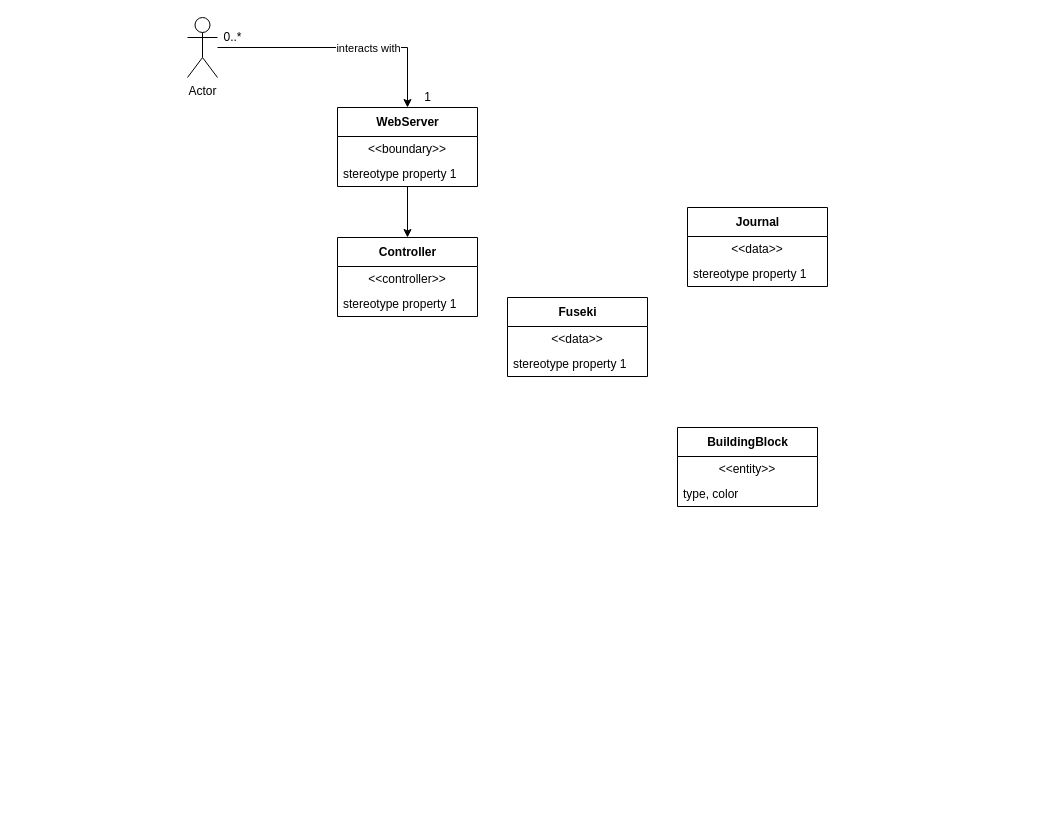
Hallvaeb/automation-p2-construction-knowledge-base keeps this draw.io diagram as page "Design Class Diagram" (7 of 8) of Diagrams/Diagrams.drawio. Above is the earlier version. Source tidied: cells renumbered, new cells numbered last; positions are measured from the earlier drawing's top-left corner, leaving out a move shared by most shapes. Both pictures are drawn from the tidied source at 100%, with x=0, y=0 at pixel (187, 17).
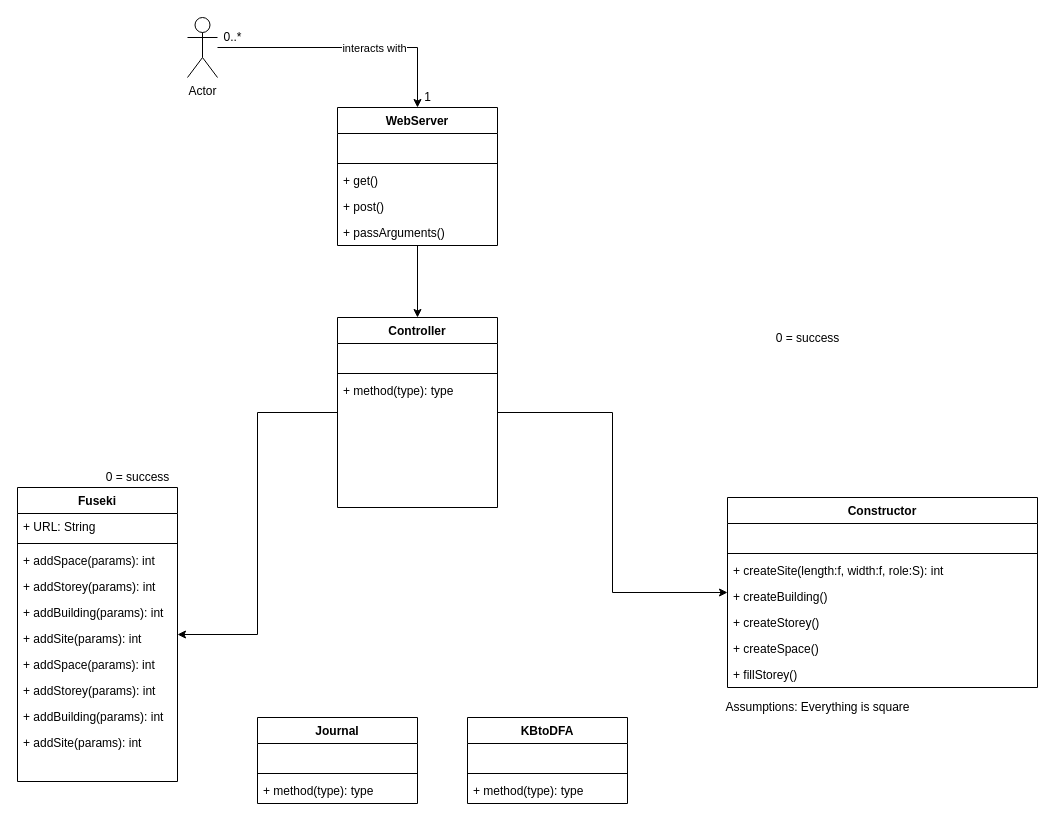
After the change.

The change refers to these unchanged cells:
```xml
<mxCell id="20" value="Actor" style="shape=umlActor;verticalLabelPosition=bottom;verticalAlign=top;html=1;" parent="1" vertex="1">
  <mxGeometry width="30" height="60" as="geometry" />
</mxCell>
```

The edit, as a diff of the source:
```diff
@@
-    <mxCell id="2" value="Fuseki" style="swimlane;fontStyle=1;align=center;verticalAlign=middle;horizontal=1;startSize=29;html=1;labelBackgroundColor=none;" parent="1" vertex="1">
-      <mxGeometry x="320" y="280" width="140" height="79" as="geometry" />
-    </mxCell>
-    <mxCell id="3" value="&amp;lt;&amp;lt;data&amp;gt;&amp;gt;" style="text;html=1;strokeColor=none;fillColor=none;align=center;verticalAlign=middle;spacingLeft=4;spacingRight=4;overflow=hidden;labelBackgroundColor=none;" parent="2" vertex="1">
-      <mxGeometry y="29" width="140" height="25" as="geometry" />
-    </mxCell>
-    <mxCell id="4" value="stereotype property 1" style="text;html=1;strokeColor=none;fillColor=none;align=left;verticalAlign=middle;spacingLeft=4;spacingRight=4;overflow=hidden;labelBackgroundColor=none;" parent="2" vertex="1">
-      <mxGeometry y="54" width="140" height="25" as="geometry" />
-    </mxCell>
-    <mxCell id="5" style="edgeStyle=orthogonalEdgeStyle;rounded=0;jettySize=auto;html=1;entryX=0.5;entryY=0;entryDx=0;entryDy=0;" parent="1" edge="1" source="6" target="15">
+    <mxCell id="5" style="edgeStyle=orthogonalEdgeStyle;rounded=0;jettySize=auto;html=1;" parent="1" edge="1" source="6" target="15">
       <mxGeometry relative="1" as="geometry" />
     </mxCell>
-    <mxCell id="6" value="WebServer" style="swimlane;fontStyle=1;align=center;verticalAlign=middle;horizontal=1;startSize=29;html=1;labelBackgroundColor=none;" parent="1" vertex="1">
-      <mxGeometry x="150" y="90" width="140" height="79" as="geometry" />
-    </mxCell>
-    <mxCell id="7" value="&amp;lt;&amp;lt;boundary&amp;gt;&amp;gt;" style="text;html=1;strokeColor=none;fillColor=none;align=center;verticalAlign=middle;spacingLeft=4;spacingRight=4;overflow=hidden;labelBackgroundColor=none;" parent="6" vertex="1">
-      <mxGeometry y="29" width="140" height="25" as="geometry" />
-    </mxCell>
-    <mxCell id="8" value="stereotype property 1" style="text;html=1;strokeColor=none;fillColor=none;align=left;verticalAlign=middle;spacingLeft=4;spacingRight=4;overflow=hidden;labelBackgroundColor=none;" parent="6" vertex="1">
-      <mxGeometry y="54" width="140" height="25" as="geometry" />
-    </mxCell>
-    <mxCell id="9" value="Journal" style="swimlane;fontStyle=1;align=center;verticalAlign=middle;horizontal=1;startSize=29;html=1;labelBackgroundColor=none;" parent="1" vertex="1">
-      <mxGeometry x="500" y="190" width="140" height="79" as="geometry" />
-    </mxCell>
-    <mxCell id="10" value="&amp;lt;&amp;lt;data&amp;gt;&amp;gt;" style="text;html=1;strokeColor=none;fillColor=none;align=center;verticalAlign=middle;spacingLeft=4;spacingRight=4;overflow=hidden;labelBackgroundColor=none;" parent="9" vertex="1">
-      <mxGeometry y="29" width="140" height="25" as="geometry" />
-    </mxCell>
-    <mxCell id="11" value="stereotype property 1" style="text;html=1;strokeColor=none;fillColor=none;align=left;verticalAlign=middle;spacingLeft=4;spacingRight=4;overflow=hidden;labelBackgroundColor=none;" parent="9" vertex="1">
-      <mxGeometry y="54" width="140" height="25" as="geometry" />
-    </mxCell>
-    <mxCell id="12" value="BuildingBlock" style="swimlane;fontStyle=1;align=center;verticalAlign=middle;horizontal=1;startSize=29;html=1;labelBackgroundColor=none;" parent="1" vertex="1">
-      <mxGeometry x="490" y="410" width="140" height="79" as="geometry" />
-    </mxCell>
-    <mxCell id="13" value="&amp;lt;&amp;lt;entity&amp;gt;&amp;gt;" style="text;html=1;strokeColor=none;fillColor=none;align=center;verticalAlign=middle;spacingLeft=4;spacingRight=4;overflow=hidden;labelBackgroundColor=none;" parent="12" vertex="1">
-      <mxGeometry y="29" width="140" height="25" as="geometry" />
-    </mxCell>
-    <mxCell id="14" value="type, color" style="text;html=1;strokeColor=none;fillColor=none;align=left;verticalAlign=middle;spacingLeft=4;spacingRight=4;overflow=hidden;labelBackgroundColor=none;" parent="12" vertex="1">
-      <mxGeometry y="54" width="140" height="25" as="geometry" />
-    </mxCell>
-    <mxCell id="15" value="Controller" style="swimlane;fontStyle=1;align=center;verticalAlign=middle;horizontal=1;startSize=29;html=1;labelBackgroundColor=none;" parent="1" vertex="1">
-      <mxGeometry x="150" y="220" width="140" height="79" as="geometry" />
-    </mxCell>
-    <mxCell id="16" value="&amp;lt;&amp;lt;controller&amp;gt;&amp;gt;" style="text;html=1;strokeColor=none;fillColor=none;align=center;verticalAlign=middle;spacingLeft=4;spacingRight=4;overflow=hidden;labelBackgroundColor=none;" parent="15" vertex="1">
-      <mxGeometry y="29" width="140" height="25" as="geometry" />
-    </mxCell>
-    <mxCell id="17" value="stereotype property 1" style="text;html=1;strokeColor=none;fillColor=none;align=left;verticalAlign=middle;spacingLeft=4;spacingRight=4;overflow=hidden;labelBackgroundColor=none;" parent="15" vertex="1">
-      <mxGeometry y="54" width="140" height="25" as="geometry" />
-    </mxCell>
+    <mxCell id="23" style="edgeStyle=orthogonalEdgeStyle;rounded=0;jettySize=auto;html=1;" parent="1" edge="1" source="15" target="25">
+      <mxGeometry relative="1" as="geometry" />
+    </mxCell>
-    <mxCell id="18" style="edgeStyle=orthogonalEdgeStyle;rounded=0;jettySize=auto;html=1;entryX=0.5;entryY=0;entryDx=0;entryDy=0;" parent="1" edge="1" source="20" target="6">
+    <mxCell id="18" style="edgeStyle=orthogonalEdgeStyle;rounded=0;jettySize=auto;html=1;" parent="1" edge="1" source="20" target="6">
       <mxGeometry relative="1" as="geometry" />
     </mxCell>
@@
+    <mxCell id="24" style="edgeStyle=orthogonalEdgeStyle;rounded=0;jettySize=auto;html=1;" parent="1" edge="1" source="15" target="2">
+      <mxGeometry relative="1" as="geometry" />
+    </mxCell>
+    <mxCell id="25" value="Constructor" style="swimlane;fontStyle=1;align=center;verticalAlign=top;horizontal=1;startSize=26;strokeColor=default;fillColor=default;" parent="1" vertex="1">
+      <mxGeometry x="540" y="480" width="310" height="190" as="geometry" />
+    </mxCell>
+    <mxCell id="26" value=" " style="text;strokeColor=none;fillColor=none;align=left;verticalAlign=top;spacingLeft=4;spacingRight=4;overflow=hidden;" parent="25" vertex="1">
+      <mxGeometry y="26" width="310" height="26" as="geometry" />
+    </mxCell>
+    <mxCell id="27" style="line;strokeWidth=1;fillColor=none;align=left;verticalAlign=middle;spacingTop=-1;spacingLeft=3;spacingRight=3;labelPosition=right;" parent="25" vertex="1">
+      <mxGeometry y="52" width="310" height="8" as="geometry" />
+    </mxCell>
+    <mxCell id="28" value="+ createSite(length:f, width:f, role:S): int" style="text;strokeColor=none;fillColor=none;align=left;verticalAlign=top;spacingLeft=4;spacingRight=4;overflow=hidden;" parent="25" vertex="1">
+      <mxGeometry y="60" width="310" height="26" as="geometry" />
+    </mxCell>
+    <mxCell id="29" value="+ createBuilding()" style="text;strokeColor=none;fillColor=none;align=left;verticalAlign=top;spacingLeft=4;spacingRight=4;overflow=hidden;" parent="25" vertex="1">
+      <mxGeometry y="86" width="310" height="26" as="geometry" />
+    </mxCell>
+    <mxCell id="30" value="+ createStorey()" style="text;strokeColor=none;fillColor=none;align=left;verticalAlign=top;spacingLeft=4;spacingRight=4;overflow=hidden;" parent="25" vertex="1">
+      <mxGeometry y="112" width="310" height="26" as="geometry" />
+    </mxCell>
+    <mxCell id="31" value="+ createSpace()" style="text;strokeColor=none;fillColor=none;align=left;verticalAlign=top;spacingLeft=4;spacingRight=4;overflow=hidden;" parent="25" vertex="1">
+      <mxGeometry y="138" width="310" height="26" as="geometry" />
+    </mxCell>
+    <mxCell id="32" value="+ fillStorey()" style="text;strokeColor=none;fillColor=none;align=left;verticalAlign=top;spacingLeft=4;spacingRight=4;overflow=hidden;" parent="25" vertex="1">
+      <mxGeometry y="164" width="310" height="26" as="geometry" />
+    </mxCell>
+    <mxCell id="2" value="Fuseki" style="swimlane;fontStyle=1;align=center;verticalAlign=top;horizontal=1;startSize=26;strokeColor=default;fillColor=default;" parent="1" vertex="1">
+      <mxGeometry x="-170" y="470" width="160" height="294" as="geometry" />
+    </mxCell>
+    <mxCell id="33" value="+ URL: String" style="text;strokeColor=none;fillColor=none;align=left;verticalAlign=top;spacingLeft=4;spacingRight=4;overflow=hidden;" parent="2" vertex="1">
+      <mxGeometry y="26" width="160" height="26" as="geometry" />
+    </mxCell>
+    <mxCell id="34" style="line;strokeWidth=1;fillColor=none;align=left;verticalAlign=middle;spacingTop=-1;spacingLeft=3;spacingRight=3;labelPosition=right;" parent="2" vertex="1">
+      <mxGeometry y="52" width="160" height="8" as="geometry" />
+    </mxCell>
+    <mxCell id="35" value="+ addSpace(params): int" style="text;strokeColor=none;fillColor=none;align=left;verticalAlign=top;spacingLeft=4;spacingRight=4;overflow=hidden;" parent="2" vertex="1">
+      <mxGeometry y="60" width="160" height="26" as="geometry" />
+    </mxCell>
+    <mxCell id="36" value="+ addStorey(params): int" style="text;strokeColor=none;fillColor=none;align=left;verticalAlign=top;spacingLeft=4;spacingRight=4;overflow=hidden;" parent="2" vertex="1">
+      <mxGeometry y="86" width="160" height="26" as="geometry" />
+    </mxCell>
+    <mxCell id="37" value="+ addBuilding(params): int" style="text;strokeColor=none;fillColor=none;align=left;verticalAlign=top;spacingLeft=4;spacingRight=4;overflow=hidden;" parent="2" vertex="1">
+      <mxGeometry y="112" width="160" height="26" as="geometry" />
+    </mxCell>
+    <mxCell id="38" value="+ addSite(params): int" style="text;strokeColor=none;fillColor=none;align=left;verticalAlign=top;spacingLeft=4;spacingRight=4;overflow=hidden;" parent="2" vertex="1">
+      <mxGeometry y="138" width="160" height="26" as="geometry" />
+    </mxCell>
+    <mxCell id="39" value="+ addSpace(params): int" style="text;strokeColor=none;fillColor=none;align=left;verticalAlign=top;spacingLeft=4;spacingRight=4;overflow=hidden;" parent="2" vertex="1">
+      <mxGeometry y="164" width="160" height="26" as="geometry" />
+    </mxCell>
+    <mxCell id="40" value="+ addStorey(params): int" style="text;strokeColor=none;fillColor=none;align=left;verticalAlign=top;spacingLeft=4;spacingRight=4;overflow=hidden;" parent="2" vertex="1">
+      <mxGeometry y="190" width="160" height="26" as="geometry" />
+    </mxCell>
+    <mxCell id="41" value="+ addBuilding(params): int" style="text;strokeColor=none;fillColor=none;align=left;verticalAlign=top;spacingLeft=4;spacingRight=4;overflow=hidden;" parent="2" vertex="1">
+      <mxGeometry y="216" width="160" height="26" as="geometry" />
+    </mxCell>
+    <mxCell id="42" value="+ addSite(params): int" style="text;strokeColor=none;fillColor=none;align=left;verticalAlign=top;spacingLeft=4;spacingRight=4;overflow=hidden;" parent="2" vertex="1">
+      <mxGeometry y="242" width="160" height="26" as="geometry" />
+    </mxCell>
+    <mxCell id="43" style="text;strokeColor=none;fillColor=none;align=left;verticalAlign=top;spacingLeft=4;spacingRight=4;overflow=hidden;" parent="2" vertex="1">
+      <mxGeometry y="268" width="160" height="26" as="geometry" />
+    </mxCell>
+    <mxCell id="15" value="Controller" style="swimlane;fontStyle=1;align=center;verticalAlign=top;horizontal=1;startSize=26;strokeColor=default;fillColor=default;" parent="1" vertex="1">
+      <mxGeometry x="150" y="300" width="160" height="190" as="geometry" />
+    </mxCell>
+    <mxCell id="44" style="text;strokeColor=none;fillColor=none;align=left;verticalAlign=top;spacingLeft=4;spacingRight=4;overflow=hidden;" parent="15" vertex="1">
+      <mxGeometry y="26" width="160" height="26" as="geometry" />
+    </mxCell>
+    <mxCell id="45" style="line;strokeWidth=1;fillColor=none;align=left;verticalAlign=middle;spacingTop=-1;spacingLeft=3;spacingRight=3;labelPosition=right;" parent="15" vertex="1">
+      <mxGeometry y="52" width="160" height="8" as="geometry" />
+    </mxCell>
+    <mxCell id="46" value="+ method(type): type" style="text;strokeColor=none;fillColor=none;align=left;verticalAlign=top;spacingLeft=4;spacingRight=4;overflow=hidden;" parent="15" vertex="1">
+      <mxGeometry y="60" width="160" height="26" as="geometry" />
+    </mxCell>
+    <mxCell id="47" style="text;strokeColor=none;fillColor=none;align=left;verticalAlign=top;spacingLeft=4;spacingRight=4;overflow=hidden;" parent="15" vertex="1">
+      <mxGeometry y="86" width="160" height="26" as="geometry" />
+    </mxCell>
+    <mxCell id="48" style="text;strokeColor=none;fillColor=none;align=left;verticalAlign=top;spacingLeft=4;spacingRight=4;overflow=hidden;" parent="15" vertex="1">
+      <mxGeometry y="112" width="160" height="26" as="geometry" />
+    </mxCell>
+    <mxCell id="49" style="text;strokeColor=none;fillColor=none;align=left;verticalAlign=top;spacingLeft=4;spacingRight=4;overflow=hidden;" parent="15" vertex="1">
+      <mxGeometry y="138" width="160" height="26" as="geometry" />
+    </mxCell>
+    <mxCell id="50" style="text;strokeColor=none;fillColor=none;align=left;verticalAlign=top;spacingLeft=4;spacingRight=4;overflow=hidden;" parent="15" vertex="1">
+      <mxGeometry y="164" width="160" height="26" as="geometry" />
+    </mxCell>
+    <mxCell id="6" value="WebServer" style="swimlane;fontStyle=1;align=center;verticalAlign=top;horizontal=1;startSize=26;strokeColor=default;fillColor=default;" parent="1" vertex="1">
+      <mxGeometry x="150" y="90" width="160" height="138" as="geometry" />
+    </mxCell>
+    <mxCell id="51" style="text;strokeColor=none;fillColor=none;align=left;verticalAlign=top;spacingLeft=4;spacingRight=4;overflow=hidden;" parent="6" vertex="1">
+      <mxGeometry y="26" width="160" height="26" as="geometry" />
+    </mxCell>
+    <mxCell id="52" style="line;strokeWidth=1;fillColor=none;align=left;verticalAlign=middle;spacingTop=-1;spacingLeft=3;spacingRight=3;labelPosition=right;" parent="6" vertex="1">
+      <mxGeometry y="52" width="160" height="8" as="geometry" />
+    </mxCell>
+    <mxCell id="53" value="+ get()" style="text;strokeColor=none;fillColor=none;align=left;verticalAlign=top;spacingLeft=4;spacingRight=4;overflow=hidden;" parent="6" vertex="1">
+      <mxGeometry y="60" width="160" height="26" as="geometry" />
+    </mxCell>
+    <mxCell id="54" value="+ post()" style="text;strokeColor=none;fillColor=none;align=left;verticalAlign=top;spacingLeft=4;spacingRight=4;overflow=hidden;" parent="6" vertex="1">
+      <mxGeometry y="86" width="160" height="26" as="geometry" />
+    </mxCell>
+    <mxCell id="55" value="+ passArguments()" style="text;strokeColor=none;fillColor=none;align=left;verticalAlign=top;spacingLeft=4;spacingRight=4;overflow=hidden;" parent="6" vertex="1">
+      <mxGeometry y="112" width="160" height="26" as="geometry" />
+    </mxCell>
+    <mxCell id="9" value="Journal" style="swimlane;fontStyle=1;align=center;verticalAlign=top;horizontal=1;startSize=26;strokeColor=default;fillColor=default;" parent="1" vertex="1">
+      <mxGeometry x="70" y="700" width="160" height="86" as="geometry" />
+    </mxCell>
+    <mxCell id="56" style="text;strokeColor=none;fillColor=none;align=left;verticalAlign=top;spacingLeft=4;spacingRight=4;overflow=hidden;" parent="9" vertex="1">
+      <mxGeometry y="26" width="160" height="26" as="geometry" />
+    </mxCell>
+    <mxCell id="57" style="line;strokeWidth=1;fillColor=none;align=left;verticalAlign=middle;spacingTop=-1;spacingLeft=3;spacingRight=3;labelPosition=right;" parent="9" vertex="1">
+      <mxGeometry y="52" width="160" height="8" as="geometry" />
+    </mxCell>
+    <mxCell id="58" value="+ method(type): type" style="text;strokeColor=none;fillColor=none;align=left;verticalAlign=top;spacingLeft=4;spacingRight=4;overflow=hidden;" parent="9" vertex="1">
+      <mxGeometry y="60" width="160" height="26" as="geometry" />
+    </mxCell>
+    <mxCell id="59" value="KBtoDFA" style="swimlane;fontStyle=1;align=center;verticalAlign=top;horizontal=1;startSize=26;strokeColor=default;fillColor=default;" parent="1" vertex="1">
+      <mxGeometry x="280" y="700" width="160" height="86" as="geometry" />
+    </mxCell>
+    <mxCell id="60" style="text;strokeColor=none;fillColor=none;align=left;verticalAlign=top;spacingLeft=4;spacingRight=4;overflow=hidden;" parent="59" vertex="1">
+      <mxGeometry y="26" width="160" height="26" as="geometry" />
+    </mxCell>
+    <mxCell id="61" style="line;strokeWidth=1;fillColor=none;align=left;verticalAlign=middle;spacingTop=-1;spacingLeft=3;spacingRight=3;labelPosition=right;" parent="59" vertex="1">
+      <mxGeometry y="52" width="160" height="8" as="geometry" />
+    </mxCell>
+    <mxCell id="62" value="+ method(type): type" style="text;strokeColor=none;fillColor=none;align=left;verticalAlign=top;spacingLeft=4;spacingRight=4;overflow=hidden;" parent="59" vertex="1">
+      <mxGeometry y="60" width="160" height="26" as="geometry" />
+    </mxCell>
+    <mxCell id="63" value="0 = success&lt;br&gt;" style="text;html=1;align=center;verticalAlign=middle;strokeColor=none;fillColor=none;" parent="1" vertex="1">
+      <mxGeometry x="580" y="311" width="80" height="20" as="geometry" />
+    </mxCell>
+    <mxCell id="64" value="Assumptions: Everything is square" style="text;html=1;align=center;verticalAlign=middle;strokeColor=none;fillColor=none;" parent="1" vertex="1">
+      <mxGeometry x="530" y="680" width="200" height="20" as="geometry" />
+    </mxCell>
+    <mxCell id="65" value="0 = success&lt;br&gt;" style="text;html=1;align=center;verticalAlign=middle;strokeColor=none;fillColor=none;" parent="1" vertex="1">
+      <mxGeometry x="-90" y="450" width="80" height="20" as="geometry" />
+    </mxCell>
```
